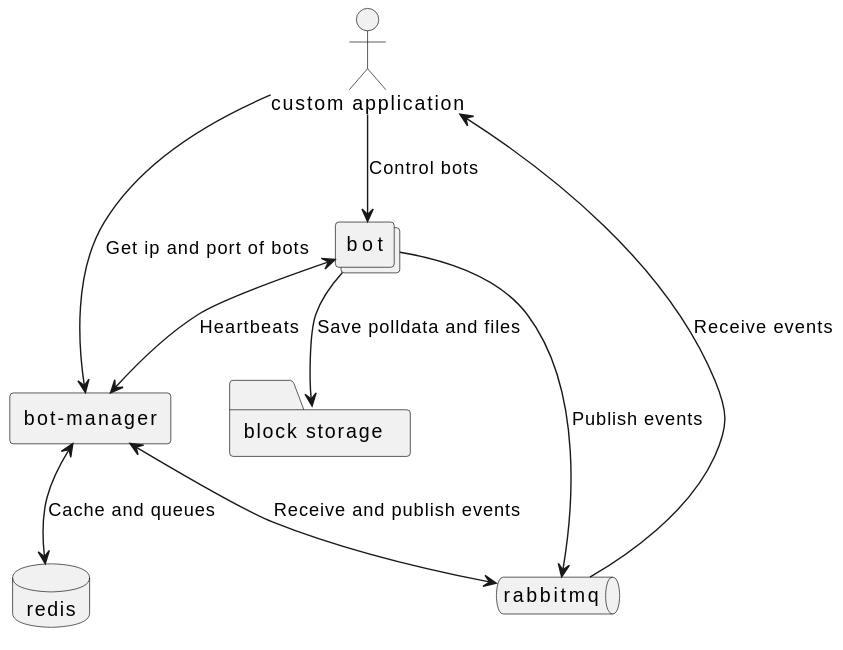
The PlantUML diagram docs/diagrams/deployment.svg in tf2-automatic/tf2-automatic, before a commit.
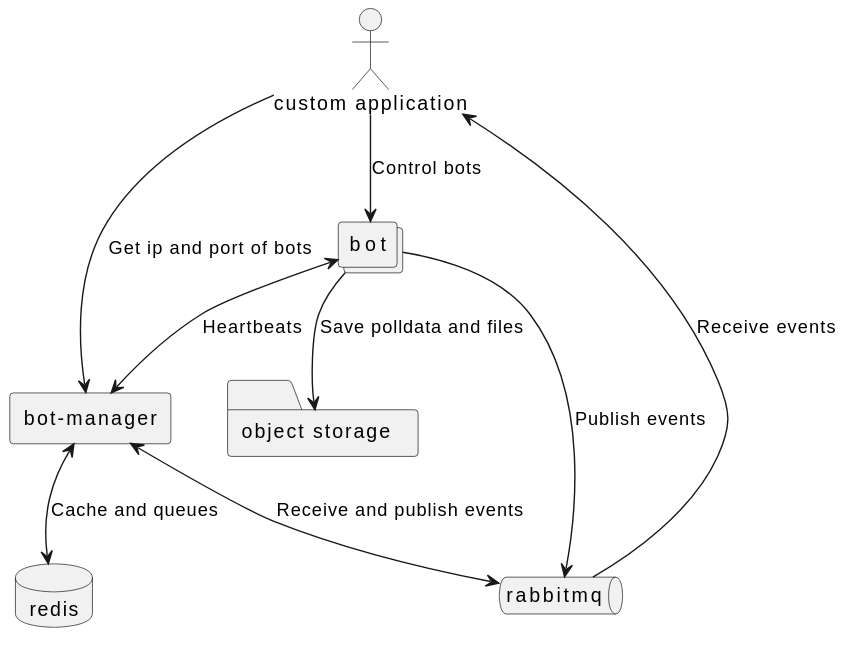
After the change.

The edit, as a diff of the source:
```diff
@@ -2,7 +2,7 @@
 actor "custom application" as client
 collections "bot" as bot
 agent "bot-manager" as bot_manager
-folder "block storage" as bot_storage
+folder "object storage" as bot_storage
 database "redis" as redis
 queue "rabbitmq" as rabbitmq
 
```
